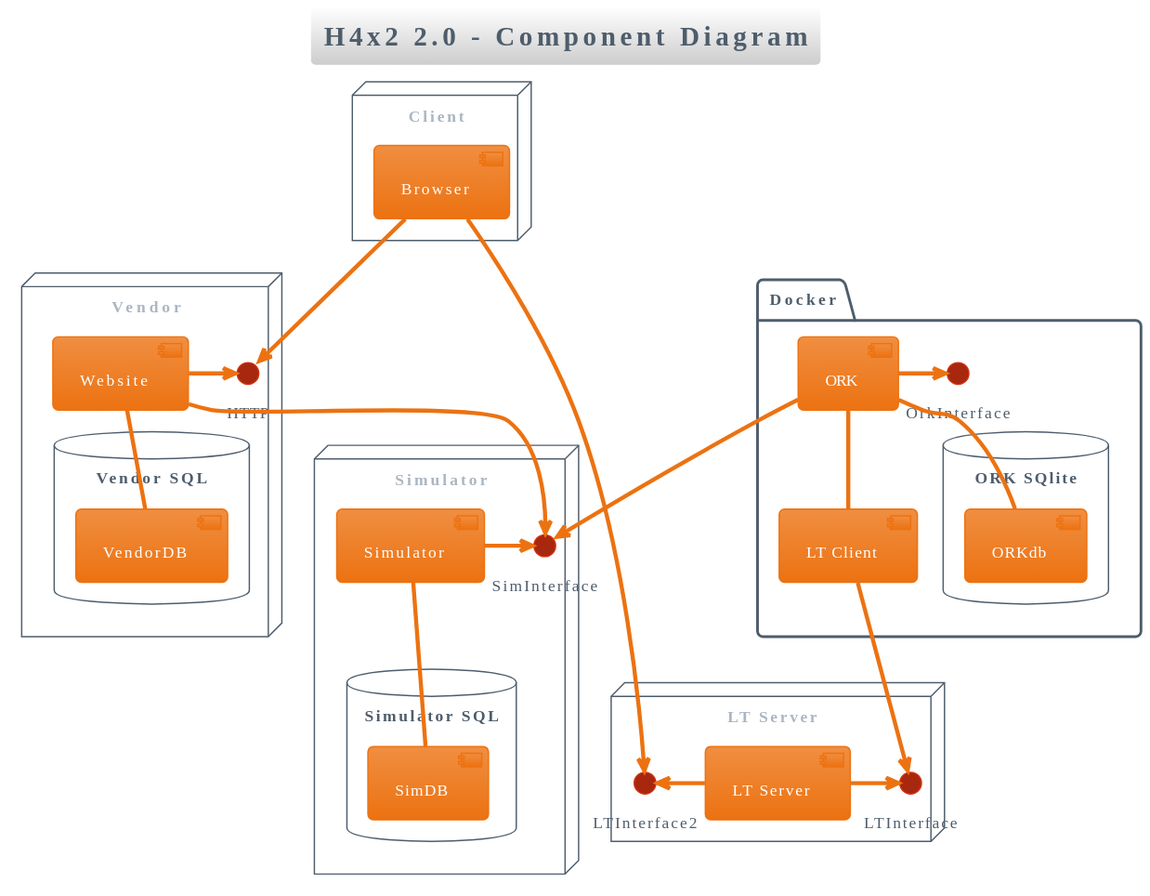
The PlantUML diagram diagrams/svg/H4x2_CompDiagram.svg in tide-foundation/Tide-h4x2-2, before a commit.
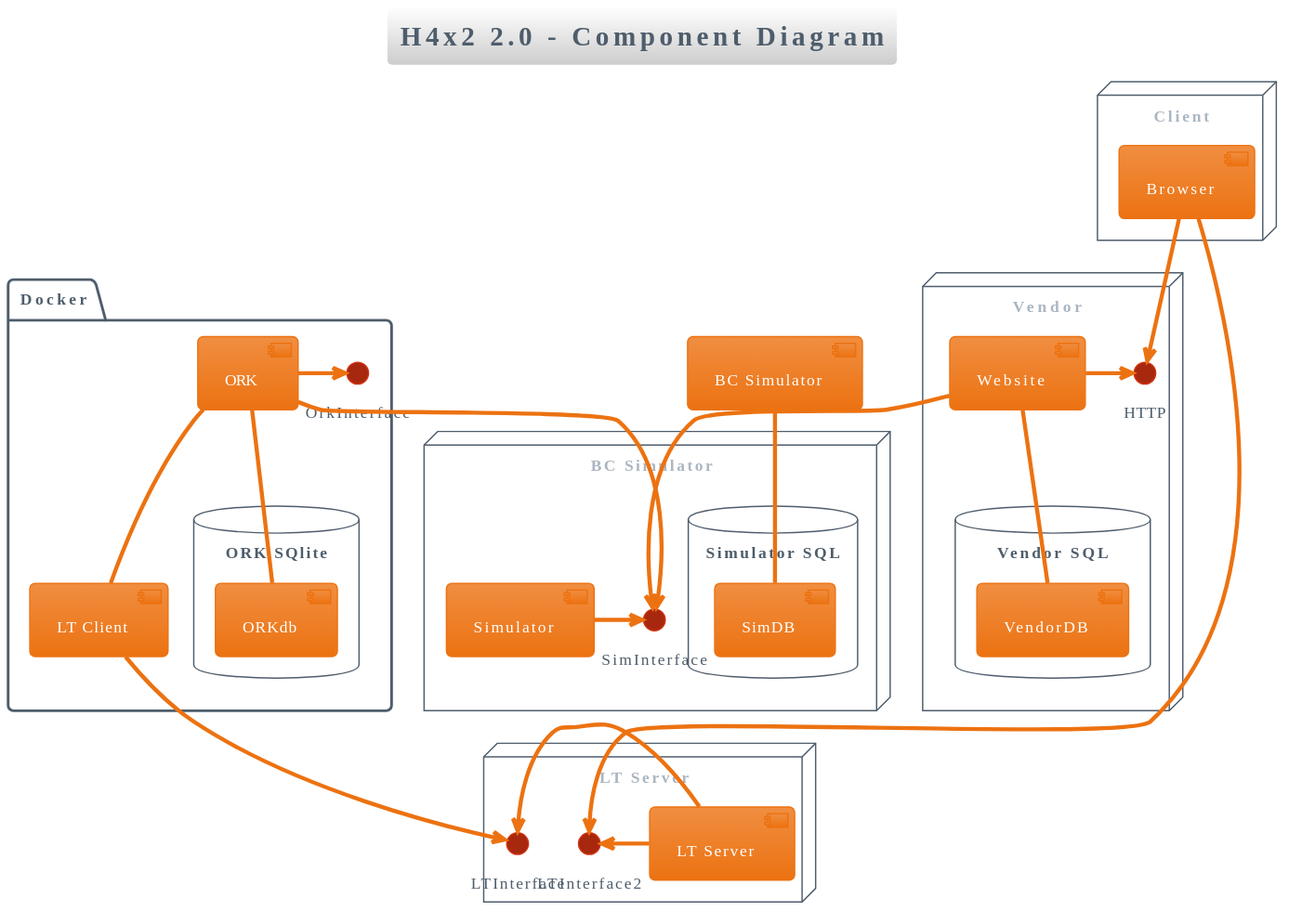
Above is the later version.

Commit message:
:rocket: Adding Generated PlantUML Diagrams

What changed in the source:
```diff
@@ -15,7 +15,7 @@
     [LT Server] -Left-> LTInterface2
 }
 
-node "Simulator" {
+node "BC Simulator" {
     [Simulator] -> SimInterface
     database "Simulator SQL" {
         [SimDB]
@@ -38,7 +38,7 @@
 [ORK] -- [LT Client]
 [LT Client] --> LTInterface
 [ORK] --> SimInterface
-[Simulator] -- [SimDB]
+[BC Simulator] -- [SimDB]
 [Website] --> SimInterface
 [Website] -- [VendorDB]
 [Browser] --> HTTP
```
